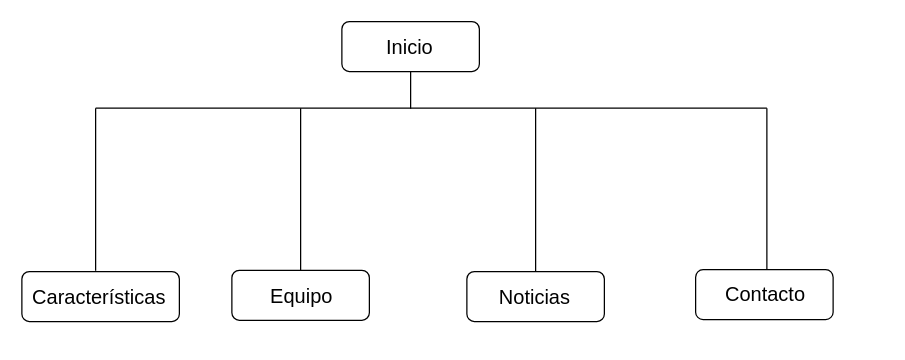
The draw.io diagram mapawebpersonal.drawio in JaimeGRX/EAG-JAIME, before the edit. Source tidied: cells renumbered, new cells numbered last; positions are measured from the earlier drawing's top-left corner, leaving out a move shared by most shapes. Both pictures are drawn from the tidied source at 125%, with x=0, y=0 at pixel (21, 21).
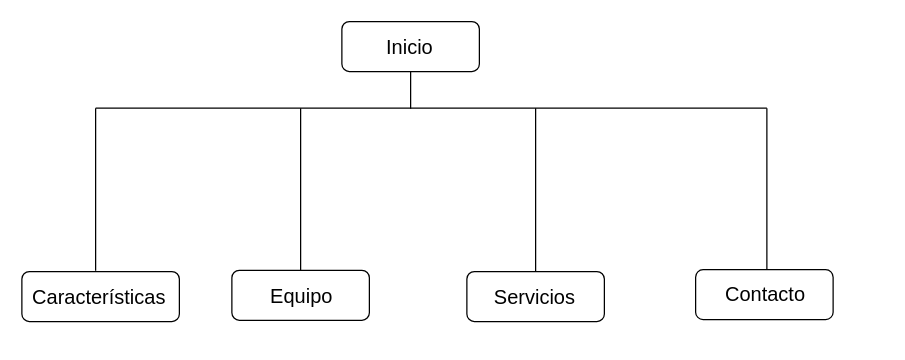
The same diagram, later.

Unchanged cells that the change refers to:
```xml
<mxCell id="23" style="group;" parent="22" vertex="1">
  <mxGeometry width="110" height="50" as="geometry" />
</mxCell>
```

Change to the diagram source:
```diff
@@
-    <mxCell id="25" value="Noticias" style="text;html=1;align=center;verticalAlign=middle;whiteSpace=wrap;rounded=0;fontSize=16;" parent="23" vertex="1">
+    <mxCell id="25" value="Servicios" style="text;html=1;align=center;verticalAlign=middle;whiteSpace=wrap;rounded=0;fontSize=16;" parent="23" vertex="1">
       <mxGeometry x="36" y="10" width="36.7" height="13.3" as="geometry" />
     </mxCell>
```
